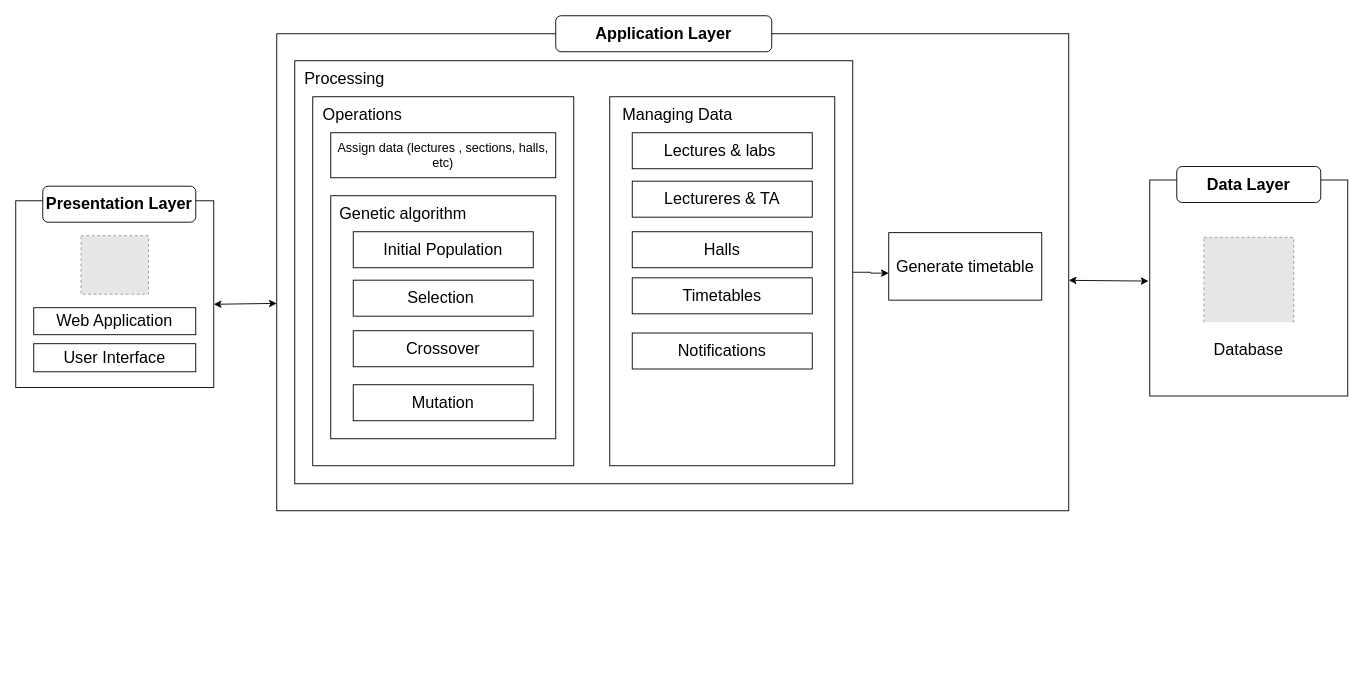
This is timetable.drawio from adhamfayrouzamf/drawio, a draw.io file, before an edit. Source tidied: cells renumbered, new cells numbered last; positions are measured from the earlier drawing's top-left corner, leaving out a move shared by most shapes. Both pictures are drawn from the tidied source at 90%, with x=0, y=0 at pixel (15, 15). Pictures stored in the file or linked from it are replaced by grey dashed boxes.
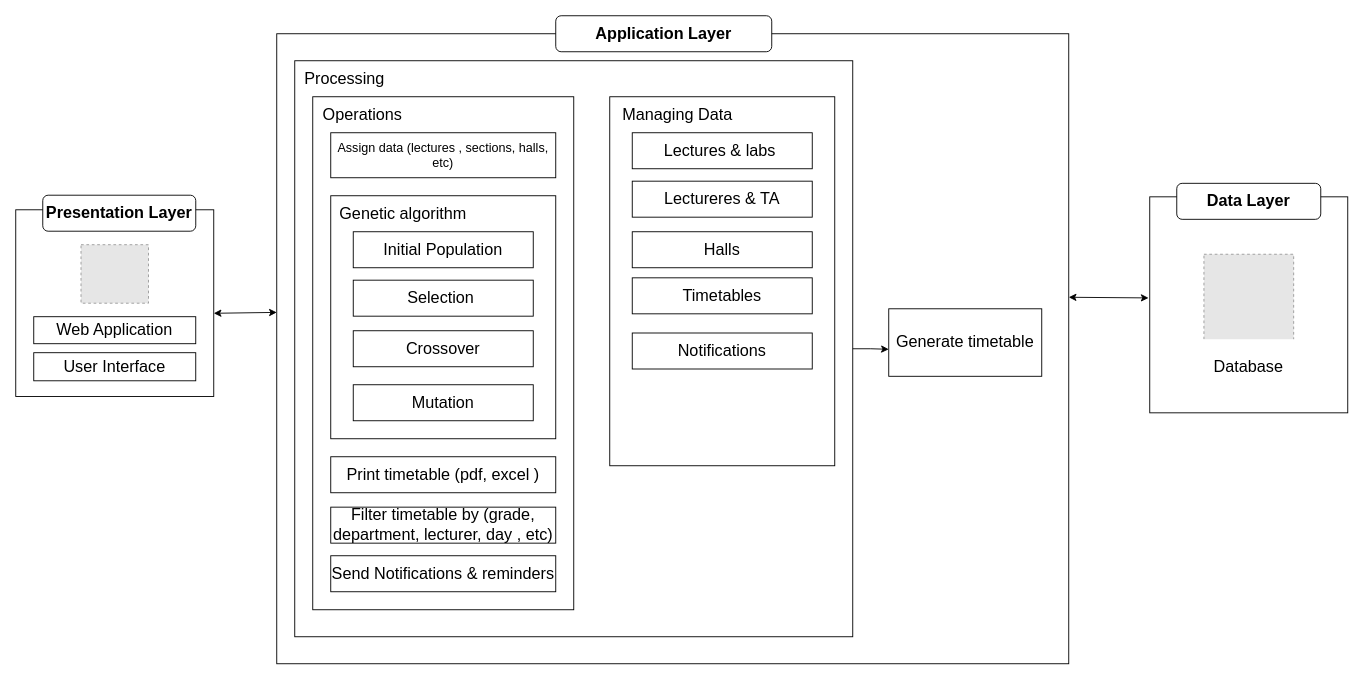
After the change.

Diff of the diagram source:
```diff
@@
     <mxCell id="2" style="rounded=0;whiteSpace=wrap;html=1;" parent="1" vertex="1">
-      <mxGeometry y="205.6" width="220" height="207.5" as="geometry" />
+      <mxGeometry y="215.6" width="220" height="207.5" as="geometry" />
     </mxCell>
     <mxCell id="3" value="&lt;b&gt;&lt;font style=&quot;font-size: 18px;&quot;&gt;Presentation Layer&lt;/font&gt;&lt;/b&gt;" style="rounded=1;whiteSpace=wrap;html=1;shadow=0;" parent="1" vertex="1">
-      <mxGeometry x="30" y="189.4" width="170" height="40" as="geometry" />
+      <mxGeometry x="30" y="199.4" width="170" height="40" as="geometry" />
     </mxCell>
     <mxCell id="4" value="&lt;font style=&quot;font-size: 18px;&quot;&gt;Web Application&lt;/font&gt;" style="rounded=0;whiteSpace=wrap;html=1;" parent="1" vertex="1">
-      <mxGeometry x="20" y="324.4" width="180" height="30" as="geometry" />
+      <mxGeometry x="20" y="334.4" width="180" height="30" as="geometry" />
     </mxCell>
     <mxCell id="5" value="&lt;font style=&quot;font-size: 18px;&quot;&gt;User Interface&lt;/font&gt;" style="rounded=0;whiteSpace=wrap;html=1;" parent="1" vertex="1">
-      <mxGeometry x="20" y="364.4" width="180" height="31.2" as="geometry" />
+      <mxGeometry x="20" y="374.4" width="180" height="31.2" as="geometry" />
     </mxCell>
     <mxCell id="6" style="rounded=0;whiteSpace=wrap;html=1;" parent="1" vertex="1">
-      <mxGeometry x="1260" y="182.5" width="220" height="240" as="geometry" />
+      <mxGeometry x="1260" y="201.2" width="220" height="240" as="geometry" />
     </mxCell>
     <mxCell id="7" value="&lt;b&gt;&lt;font style=&quot;font-size: 18px;&quot;&gt;Data Layer&lt;/font&gt;&lt;/b&gt;" style="rounded=1;whiteSpace=wrap;html=1;" parent="1" vertex="1">
-      <mxGeometry x="1290" y="167.5" width="160" height="40" as="geometry" />
+      <mxGeometry x="1290" y="186.2" width="160" height="40" as="geometry" />
     </mxCell>
     <mxCell id="8" style="rounded=0;whiteSpace=wrap;html=1;" parent="1" vertex="1">
-      <mxGeometry x="290" y="20" width="880" height="530" as="geometry" />
+      <mxGeometry x="290" y="20" width="880" height="700" as="geometry" />
     </mxCell>
@@
     <mxCell id="10" style="rounded=0;whiteSpace=wrap;html=1;" parent="1" vertex="1">
-      <mxGeometry x="310" y="50" width="620" height="470" as="geometry" />
+      <mxGeometry x="310" y="50" width="620" height="640" as="geometry" />
     </mxCell>
     <mxCell id="11" style="rounded=0;whiteSpace=wrap;html=1;" parent="1" vertex="1">
-      <mxGeometry x="330" y="90" width="290" height="410" as="geometry" />
+      <mxGeometry x="330" y="90" width="290" height="570" as="geometry" />
     </mxCell>
     <mxCell id="12" style="endArrow=classic;startArrow=classic;html=1;rounded=0;" parent="1" edge="1">
       <mxGeometry relative="1" as="geometry">
-        <mxPoint x="220" y="320.6" as="sourcePoint" />
-        <mxPoint x="290" y="319.6" as="targetPoint" />
+        <mxPoint x="220" y="330.6" as="sourcePoint" />
+        <mxPoint x="290" y="329.6" as="targetPoint" />
       </mxGeometry>
     </mxCell>
@@
     <mxCell id="22" value="&lt;font style=&quot;font-size: 18px;&quot;&gt;Generate timetable&lt;/font&gt;" style="rounded=0;whiteSpace=wrap;html=1;" parent="1" vertex="1">
-      <mxGeometry x="970" y="241" width="170" height="75" as="geometry" />
+      <mxGeometry x="970" y="325.6" width="170" height="75" as="geometry" />
     </mxCell>
@@
     <mxCell id="29" style="endArrow=classic;startArrow=classic;html=1;rounded=0;exitX=1.005;exitY=0.418;exitDx=0;exitDy=0;exitPerimeter=0;entryX=-0.006;entryY=0.468;entryDx=0;entryDy=0;entryPerimeter=0;" parent="1" edge="1" target="6">
       <mxGeometry relative="1" as="geometry">
-        <mxPoint x="1170" y="294" as="sourcePoint" />
+        <mxPoint x="1170" y="312.8" as="sourcePoint" />
       </mxGeometry>
     </mxCell>
     <mxCell id="30" style="fillColor=#E6E6E6;strokeColor=#999999;dashed=1;verticalLabelPosition=bottom;labelBackgroundColor=default;verticalAlign=top;" parent="1" vertex="1">
-      <mxGeometry x="1320.2" y="246.2" width="99.7" height="133.6" as="geometry" />
+      <mxGeometry x="1320.2" y="265" width="99.7" height="133.6" as="geometry" />
     </mxCell>
     <mxCell id="31" style="fillColor=#E6E6E6;strokeColor=#999999;dashed=1;verticalLabelPosition=bottom;labelBackgroundColor=default;verticalAlign=top;" parent="1" vertex="1">
-      <mxGeometry x="72.5" y="244.4" width="75" height="65" as="geometry" />
+      <mxGeometry x="72.5" y="254.4" width="75" height="65" as="geometry" />
     </mxCell>
     <mxCell id="32" value="&lt;font style=&quot;font-size: 18px;&quot;&gt;Database&lt;/font&gt;" style="rounded=0;whiteSpace=wrap;html=1;strokeColor=#FFFFFF;" parent="1" vertex="1">
-      <mxGeometry x="1310" y="341.2" width="120" height="60" as="geometry" />
+      <mxGeometry x="1310" y="360" width="120" height="60" as="geometry" />
     </mxCell>
@@
+    <mxCell id="35" value="&lt;font style=&quot;font-size: 18px;&quot;&gt;Print timetable (pdf, excel )&lt;/font&gt;" style="rounded=0;whiteSpace=wrap;html=1;" parent="1" vertex="1">
+      <mxGeometry x="350" y="490" width="250" height="40" as="geometry" />
+    </mxCell>
+    <mxCell id="36" value="&lt;font style=&quot;font-size: 18px;&quot;&gt;Filter timetable by (grade, department, lecturer, day , etc)&lt;/font&gt;" style="rounded=0;whiteSpace=wrap;html=1;" parent="1" vertex="1">
+      <mxGeometry x="350" y="546" width="250" height="40" as="geometry" />
+    </mxCell>
+    <mxCell id="37" value="&lt;span style=&quot;font-size: 18px;&quot;&gt;Send Notifications &amp;amp; reminders&lt;/span&gt;" style="rounded=0;whiteSpace=wrap;html=1;" parent="1" vertex="1">
+      <mxGeometry x="350" y="600" width="250" height="40" as="geometry" />
+    </mxCell>
```
